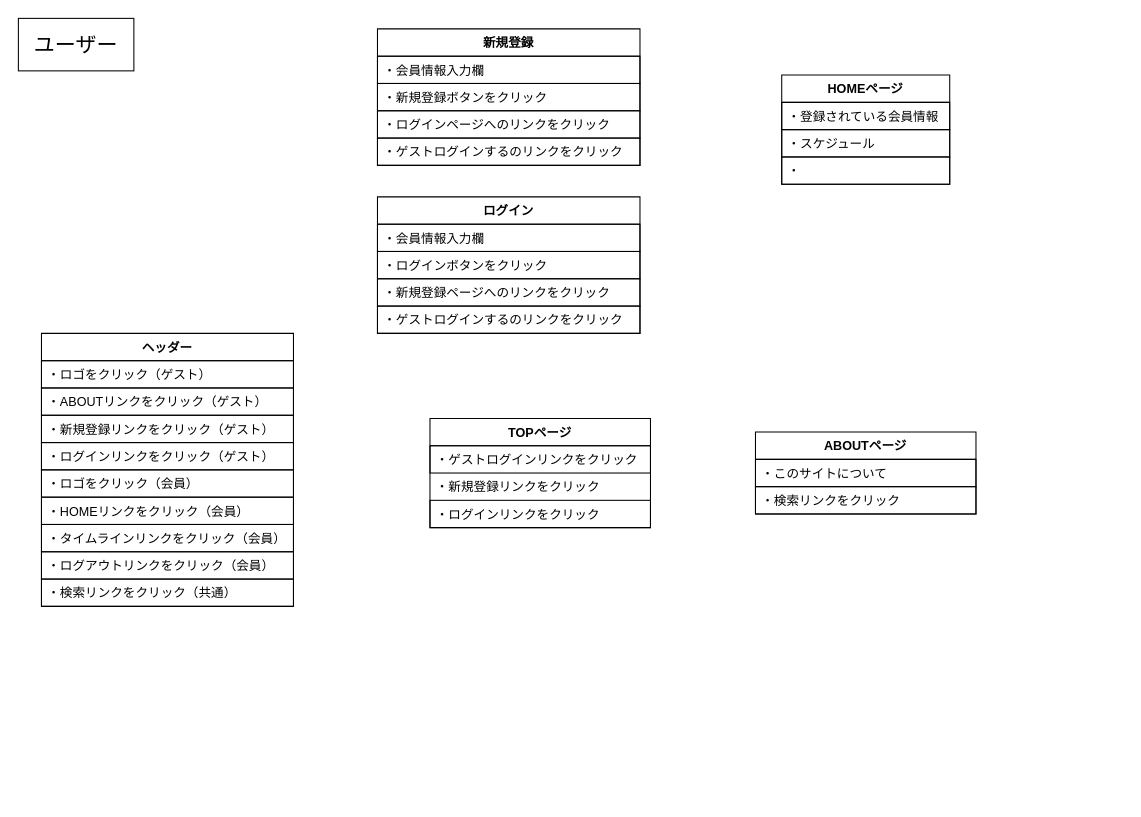
JunkiYuasa/trip_planning keeps this draw.io diagram as page "user" (1 of 2) of ui_flows.drawio. Above is the earlier version. Source tidied: cells renumbered, new cells numbered last; positions are measured from the earlier drawing's top-left corner, leaving out a move shared by most shapes. Both pictures are drawn from the tidied source at 105%, with x=0, y=0 at pixel (18, 18).
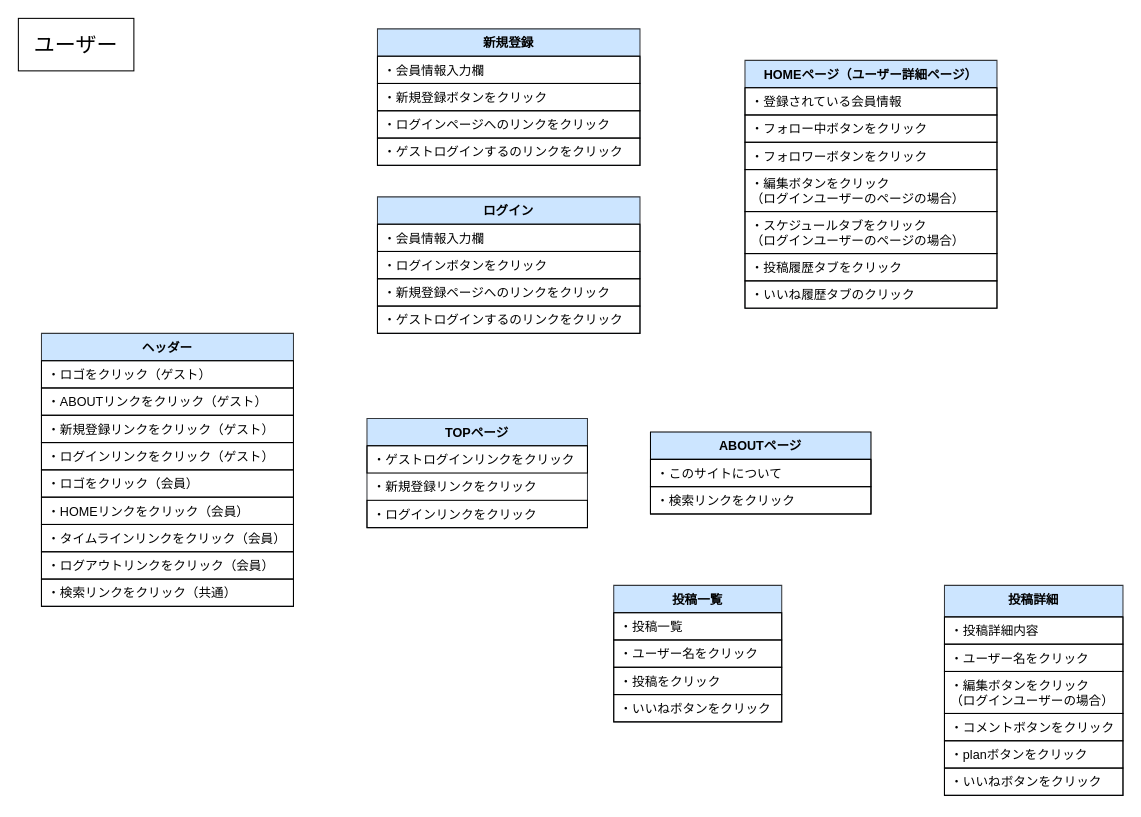
The same page after the edit.

Commit message:
ui_flows.drawio を更新します

The edit, as a diff of the source:
```diff
@@
-    <mxCell id="3" value="TOPページ" style="swimlane;fontStyle=1;align=center;verticalAlign=top;horizontal=1;startSize=26;whiteSpace=wrap;html=1;strokeColor=default;spacingLeft=4;spacingRight=4;fontFamily=Helvetica;fontSize=12;fontColor=default;fillColor=none;gradientColor=none;" parent="1" vertex="1">
-      <mxGeometry x="392" y="381" width="210" height="104" as="geometry" />
+    <mxCell id="3" value="TOPページ" style="swimlane;fontStyle=1;align=center;verticalAlign=top;horizontal=1;startSize=26;whiteSpace=wrap;html=1;strokeColor=#36393d;spacingLeft=4;spacingRight=4;fontFamily=Helvetica;fontSize=12;fillColor=#cce5ff;" parent="1" vertex="1">
+      <mxGeometry x="332" y="381" width="210" height="104" as="geometry" />
     </mxCell>
@@
-    <mxCell id="7" value="ヘッダー" style="swimlane;fontStyle=1;align=center;verticalAlign=top;horizontal=1;startSize=26;whiteSpace=wrap;html=1;strokeColor=default;spacingLeft=4;spacingRight=4;fontFamily=Helvetica;fontSize=12;fontColor=default;fillColor=none;gradientColor=none;" parent="1" vertex="1">
+    <mxCell id="7" value="ヘッダー" style="swimlane;fontStyle=1;align=center;verticalAlign=top;horizontal=1;startSize=26;whiteSpace=wrap;html=1;strokeColor=#36393d;spacingLeft=4;spacingRight=4;fontFamily=Helvetica;fontSize=12;fillColor=#cce5ff;" parent="1" vertex="1">
       <mxGeometry x="22" y="300" width="240" height="260" as="geometry" />
     </mxCell>
@@
-    <mxCell id="17" value="新規登録" style="swimlane;fontStyle=1;align=center;verticalAlign=top;horizontal=1;startSize=26;whiteSpace=wrap;html=1;strokeColor=default;spacingLeft=4;spacingRight=4;fontFamily=Helvetica;fontSize=12;fontColor=default;fillColor=none;gradientColor=none;" parent="1" vertex="1">
+    <mxCell id="17" value="新規登録" style="swimlane;fontStyle=1;align=center;verticalAlign=top;horizontal=1;startSize=26;whiteSpace=wrap;html=1;strokeColor=#36393d;spacingLeft=4;spacingRight=4;fontFamily=Helvetica;fontSize=12;fillColor=#cce5ff;" parent="1" vertex="1">
       <mxGeometry x="342" y="10" width="250" height="130" as="geometry" />
     </mxCell>
@@
-    <mxCell id="22" value="ABOUTページ" style="swimlane;fontStyle=1;align=center;verticalAlign=top;horizontal=1;startSize=26;whiteSpace=wrap;html=1;spacingLeft=4;spacingRight=4;fontFamily=Helvetica;fontSize=12;" parent="1" vertex="1">
-      <mxGeometry x="702" y="394" width="210" height="78" as="geometry" />
+    <mxCell id="22" value="ABOUTページ" style="swimlane;fontStyle=1;align=center;verticalAlign=top;horizontal=1;startSize=26;whiteSpace=wrap;html=1;spacingLeft=4;spacingRight=4;fontFamily=Helvetica;fontSize=12;fillColor=#cce5ff;strokeColor=default;" parent="1" vertex="1">
+      <mxGeometry x="602" y="394" width="210" height="78" as="geometry" />
     </mxCell>
@@
-    <mxCell id="25" value="ログイン" style="swimlane;fontStyle=1;align=center;verticalAlign=top;horizontal=1;startSize=26;whiteSpace=wrap;html=1;strokeColor=default;spacingLeft=4;spacingRight=4;fontFamily=Helvetica;fontSize=12;fontColor=default;fillColor=none;gradientColor=none;" parent="1" vertex="1">
+    <mxCell id="25" value="ログイン" style="swimlane;fontStyle=1;align=center;verticalAlign=top;horizontal=1;startSize=26;whiteSpace=wrap;html=1;strokeColor=#36393d;spacingLeft=4;spacingRight=4;fontFamily=Helvetica;fontSize=12;fillColor=#cce5ff;" parent="1" vertex="1">
       <mxGeometry x="342" y="170" width="250" height="130" as="geometry" />
     </mxCell>
@@
-    <mxCell id="30" value="HOMEページ" style="swimlane;fontStyle=1;align=center;verticalAlign=top;horizontal=1;startSize=26;whiteSpace=wrap;html=1;strokeColor=default;spacingLeft=4;spacingRight=4;fontFamily=Helvetica;fontSize=12;fontColor=default;fillColor=none;gradientColor=none;" parent="1" vertex="1">
-      <mxGeometry x="727" y="54" width="160" height="104" as="geometry" />
+    <mxCell id="30" value="HOMEページ（ユーザー詳細ページ）" style="swimlane;fontStyle=1;align=center;verticalAlign=top;horizontal=1;startSize=26;whiteSpace=wrap;html=1;strokeColor=#36393d;spacingLeft=4;spacingRight=4;fontFamily=Helvetica;fontSize=12;fillColor=#cce5ff;" parent="1" vertex="1">
+      <mxGeometry x="692" y="40" width="240" height="236" as="geometry" />
     </mxCell>
     <mxCell id="31" value="・登録されている会員情報" style="text;strokeColor=default;fillColor=none;align=left;verticalAlign=top;spacingLeft=4;spacingRight=4;overflow=hidden;whiteSpace=wrap;html=1;fontFamily=Helvetica;fontSize=12;fontColor=default;" parent="30" vertex="1">
-      <mxGeometry y="26" width="160" height="26" as="geometry" />
+      <mxGeometry y="26" width="240" height="26" as="geometry" />
     </mxCell>
+    <mxCell id="34" value="・フォロー中ボタンをクリック" style="text;strokeColor=default;fillColor=none;align=left;verticalAlign=top;spacingLeft=4;spacingRight=4;overflow=hidden;whiteSpace=wrap;html=1;fontFamily=Helvetica;fontSize=12;fontColor=default;" parent="30" vertex="1">
+      <mxGeometry y="52" width="240" height="26" as="geometry" />
+    </mxCell>
+    <mxCell id="35" value="・フォロワーボタンをクリック" style="text;strokeColor=default;fillColor=none;align=left;verticalAlign=top;spacingLeft=4;spacingRight=4;overflow=hidden;whiteSpace=wrap;html=1;fontFamily=Helvetica;fontSize=12;fontColor=default;" parent="30" vertex="1">
+      <mxGeometry y="78" width="240" height="26" as="geometry" />
+    </mxCell>
+    <mxCell id="36" value="・編集ボタンをクリック&lt;div&gt;（ログインユーザーのページの場合）&lt;br&gt;&lt;/div&gt;" style="text;strokeColor=default;fillColor=none;align=left;verticalAlign=top;spacingLeft=4;spacingRight=4;overflow=hidden;whiteSpace=wrap;html=1;fontFamily=Helvetica;fontSize=12;fontColor=default;" parent="30" vertex="1">
+      <mxGeometry y="104" width="240" height="40" as="geometry" />
+    </mxCell>
-    <mxCell id="32" value="・スケジュール" style="text;strokeColor=default;fillColor=none;align=left;verticalAlign=top;spacingLeft=4;spacingRight=4;overflow=hidden;whiteSpace=wrap;html=1;fontFamily=Helvetica;fontSize=12;fontColor=default;" parent="30" vertex="1">
-      <mxGeometry y="52" width="160" height="26" as="geometry" />
+    <mxCell id="32" value="・スケジュールタブをクリック&lt;div&gt;（ログインユーザーのページの場合）&lt;br&gt;&lt;/div&gt;" style="text;strokeColor=default;fillColor=none;align=left;verticalAlign=top;spacingLeft=4;spacingRight=4;overflow=hidden;whiteSpace=wrap;html=1;fontFamily=Helvetica;fontSize=12;fontColor=default;" parent="30" vertex="1">
+      <mxGeometry y="144" width="240" height="40" as="geometry" />
     </mxCell>
-    <mxCell id="33" value="・" style="text;strokeColor=default;fillColor=none;align=left;verticalAlign=top;spacingLeft=4;spacingRight=4;overflow=hidden;whiteSpace=wrap;html=1;fontFamily=Helvetica;fontSize=12;fontColor=default;" parent="30" vertex="1">
-      <mxGeometry y="78" width="160" height="26" as="geometry" />
+    <mxCell id="33" value="・投稿履歴タブをクリック" style="text;strokeColor=default;fillColor=none;align=left;verticalAlign=top;spacingLeft=4;spacingRight=4;overflow=hidden;whiteSpace=wrap;html=1;fontFamily=Helvetica;fontSize=12;fontColor=default;" parent="30" vertex="1">
+      <mxGeometry y="184" width="240" height="26" as="geometry" />
     </mxCell>
+    <mxCell id="37" value="・いいね履歴タブのクリック" style="text;strokeColor=default;fillColor=none;align=left;verticalAlign=top;spacingLeft=4;spacingRight=4;overflow=hidden;whiteSpace=wrap;html=1;fontFamily=Helvetica;fontSize=12;fontColor=default;" parent="30" vertex="1">
+      <mxGeometry y="210" width="240" height="26" as="geometry" />
+    </mxCell>
+    <mxCell id="38" value="投稿一覧" style="swimlane;fontStyle=1;align=center;verticalAlign=top;horizontal=1;startSize=26;whiteSpace=wrap;html=1;strokeColor=#36393d;spacingLeft=4;spacingRight=4;fontFamily=Helvetica;fontSize=12;fillColor=#cce5ff;" parent="1" vertex="1">
+      <mxGeometry x="567" y="540" width="160" height="130" as="geometry" />
+    </mxCell>
+    <mxCell id="39" value="・投稿一覧" style="text;strokeColor=default;fillColor=none;align=left;verticalAlign=top;spacingLeft=4;spacingRight=4;overflow=hidden;whiteSpace=wrap;html=1;fontFamily=Helvetica;fontSize=12;fontColor=default;" parent="38" vertex="1">
+      <mxGeometry y="26" width="160" height="26" as="geometry" />
+    </mxCell>
+    <mxCell id="40" value="・ユーザー名をクリック" style="text;strokeColor=default;fillColor=none;align=left;verticalAlign=top;spacingLeft=4;spacingRight=4;overflow=hidden;whiteSpace=wrap;html=1;fontFamily=Helvetica;fontSize=12;fontColor=default;" parent="38" vertex="1">
+      <mxGeometry y="52" width="160" height="26" as="geometry" />
+    </mxCell>
+    <mxCell id="41" value="・投稿をクリック" style="text;strokeColor=default;fillColor=none;align=left;verticalAlign=top;spacingLeft=4;spacingRight=4;overflow=hidden;whiteSpace=wrap;html=1;fontFamily=Helvetica;fontSize=12;fontColor=default;" parent="38" vertex="1">
+      <mxGeometry y="78" width="160" height="26" as="geometry" />
+    </mxCell>
+    <mxCell id="42" value="・いいねボタンをクリック" style="text;strokeColor=default;fillColor=none;align=left;verticalAlign=top;spacingLeft=4;spacingRight=4;overflow=hidden;whiteSpace=wrap;html=1;fontFamily=Helvetica;fontSize=12;fontColor=default;" parent="38" vertex="1">
+      <mxGeometry y="104" width="160" height="26" as="geometry" />
+    </mxCell>
+    <mxCell id="43" value="投稿詳細" style="swimlane;fontStyle=1;align=center;verticalAlign=top;horizontal=1;startSize=30;whiteSpace=wrap;html=1;strokeColor=#36393d;spacingLeft=4;spacingRight=4;fontFamily=Helvetica;fontSize=12;fillColor=#cce5ff;" parent="1" vertex="1">
+      <mxGeometry x="882" y="540" width="170" height="200" as="geometry" />
+    </mxCell>
+    <mxCell id="44" value="・投稿詳細内容" style="text;strokeColor=default;fillColor=none;align=left;verticalAlign=top;spacingLeft=4;spacingRight=4;overflow=hidden;whiteSpace=wrap;html=1;fontFamily=Helvetica;fontSize=12;fontColor=default;" parent="43" vertex="1">
+      <mxGeometry y="30" width="170" height="26" as="geometry" />
+    </mxCell>
+    <mxCell id="45" value="・ユーザー名をクリック" style="text;strokeColor=default;fillColor=none;align=left;verticalAlign=top;spacingLeft=4;spacingRight=4;overflow=hidden;whiteSpace=wrap;html=1;fontFamily=Helvetica;fontSize=12;fontColor=default;" parent="43" vertex="1">
+      <mxGeometry y="56" width="170" height="26" as="geometry" />
+    </mxCell>
+    <mxCell id="46" value="・編集ボタンをクリック&lt;div&gt;（ログインユーザーの場合）&lt;/div&gt;" style="text;strokeColor=default;fillColor=none;align=left;verticalAlign=top;spacingLeft=4;spacingRight=4;overflow=hidden;whiteSpace=wrap;html=1;fontFamily=Helvetica;fontSize=12;fontColor=default;" parent="43" vertex="1">
+      <mxGeometry y="82" width="170" height="40" as="geometry" />
+    </mxCell>
+    <mxCell id="47" value="・コメントボタンをクリック" style="text;strokeColor=default;fillColor=none;align=left;verticalAlign=top;spacingLeft=4;spacingRight=4;overflow=hidden;whiteSpace=wrap;html=1;fontFamily=Helvetica;fontSize=12;fontColor=default;" parent="43" vertex="1">
+      <mxGeometry y="122" width="170" height="26" as="geometry" />
+    </mxCell>
+    <mxCell id="48" value="・planボタンをクリック" style="text;strokeColor=default;fillColor=none;align=left;verticalAlign=top;spacingLeft=4;spacingRight=4;overflow=hidden;whiteSpace=wrap;html=1;fontFamily=Helvetica;fontSize=12;fontColor=default;" parent="43" vertex="1">
+      <mxGeometry y="148" width="170" height="26" as="geometry" />
+    </mxCell>
+    <mxCell id="49" value="・いいねボタンをクリック" style="text;strokeColor=default;fillColor=none;align=left;verticalAlign=top;spacingLeft=4;spacingRight=4;overflow=hidden;whiteSpace=wrap;html=1;fontFamily=Helvetica;fontSize=12;fontColor=default;" parent="43" vertex="1">
+      <mxGeometry y="174" width="170" height="26" as="geometry" />
+    </mxCell>
```
